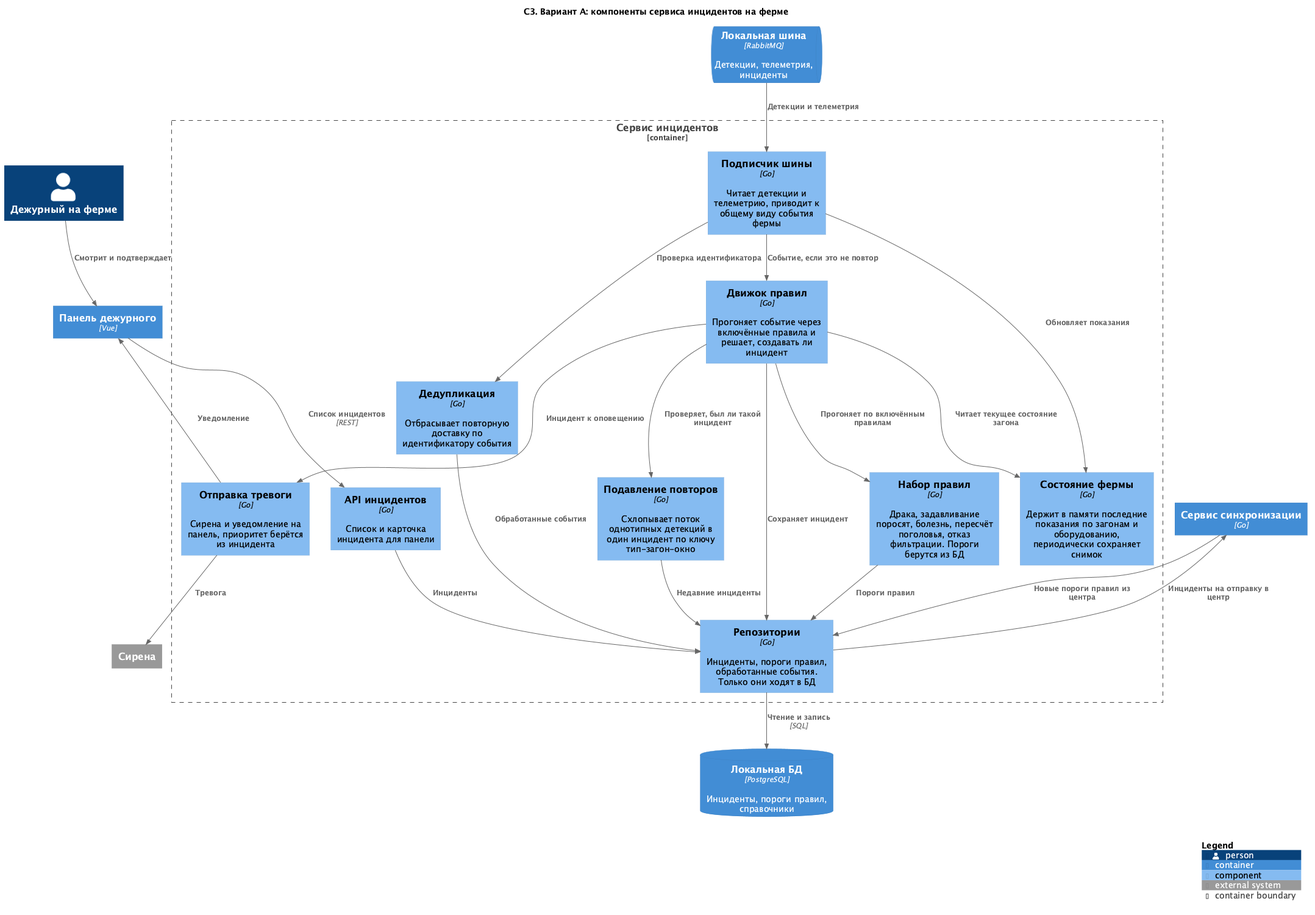
Before: Task3/C3-main.png, a diagram exported from PlantUML (FCTL3314/MSA-AgroTech).
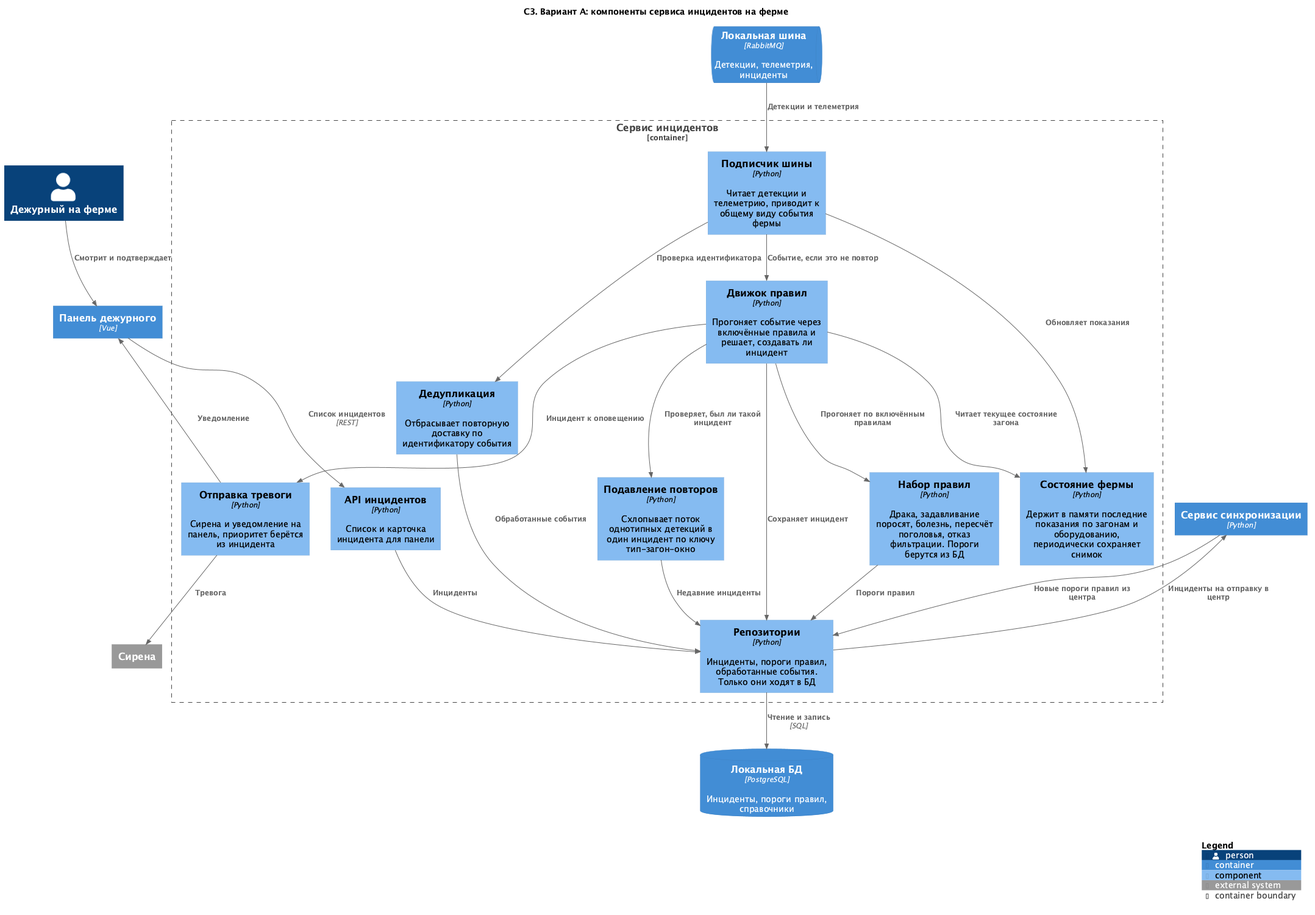
The same diagram one commit later.

The edit, as a diff of the source:
```diff
@@ -7,19 +7,19 @@
 ContainerQueue(bus, "Локальная шина", "RabbitMQ", "Детекции, телеметрия, инциденты")
 ContainerDb(farmdb, "Локальная БД", "PostgreSQL", "Инциденты, пороги правил, справочники")
 Container(panel, "Панель дежурного", "Vue")
-Container(sync, "Сервис синхронизации", "Go")
+Container(sync, "Сервис синхронизации", "Python")
 System_Ext(siren, "Сирена")
 
 Container_Boundary(incidents, "Сервис инцидентов") {
-  Component(consumer, "Подписчик шины", "Go", "Читает детекции и телеметрию, приводит к общему виду события фермы")
-  Component(dedup, "Дедупликация", "Go", "Отбрасывает повторную доставку по идентификатору события")
-  Component(state, "Состояние фермы", "Go", "Держит в памяти последние показания по загонам и оборудованию, периодически сохраняет снимок")
-  Component(engine, "Движок правил", "Go", "Прогоняет событие через включённые правила и решает, создавать ли инцидент")
-  Component(rules, "Набор правил", "Go", "Драка, задавливание поросят, болезнь, пересчёт поголовья, отказ фильтрации. Пороги берутся из БД")
-  Component(suppress, "Подавление повторов", "Go", "Схлопывает поток однотипных детекций в один инцидент по ключу тип-загон-окно")
-  Component(repo, "Репозитории", "Go", "Инциденты, пороги правил, обработанные события. Только они ходят в БД")
-  Component(alarm, "Отправка тревоги", "Go", "Сирена и уведомление на панель, приоритет берётся из инцидента")
-  Component(api, "API инцидентов", "Go", "Список и карточка инцидента для панели")
+  Component(consumer, "Подписчик шины", "Python", "Читает детекции и телеметрию, приводит к общему виду события фермы")
+  Component(dedup, "Дедупликация", "Python", "Отбрасывает повторную доставку по идентификатору события")
+  Component(state, "Состояние фермы", "Python", "Держит в памяти последние показания по загонам и оборудованию, периодически сохраняет снимок")
+  Component(engine, "Движок правил", "Python", "Прогоняет событие через включённые правила и решает, создавать ли инцидент")
+  Component(rules, "Набор правил", "Python", "Драка, задавливание поросят, болезнь, пересчёт поголовья, отказ фильтрации. Пороги берутся из БД")
+  Component(suppress, "Подавление повторов", "Python", "Схлопывает поток однотипных детекций в один инцидент по ключу тип-загон-окно")
+  Component(repo, "Репозитории", "Python", "Инциденты, пороги правил, обработанные события. Только они ходят в БД")
+  Component(alarm, "Отправка тревоги", "Python", "Сирена и уведомление на панель, приоритет берётся из инцидента")
+  Component(api, "API инцидентов", "Python", "Список и карточка инцидента для панели")
 }
 
 Rel(bus, consumer, "Детекции и телеметрия")
```
